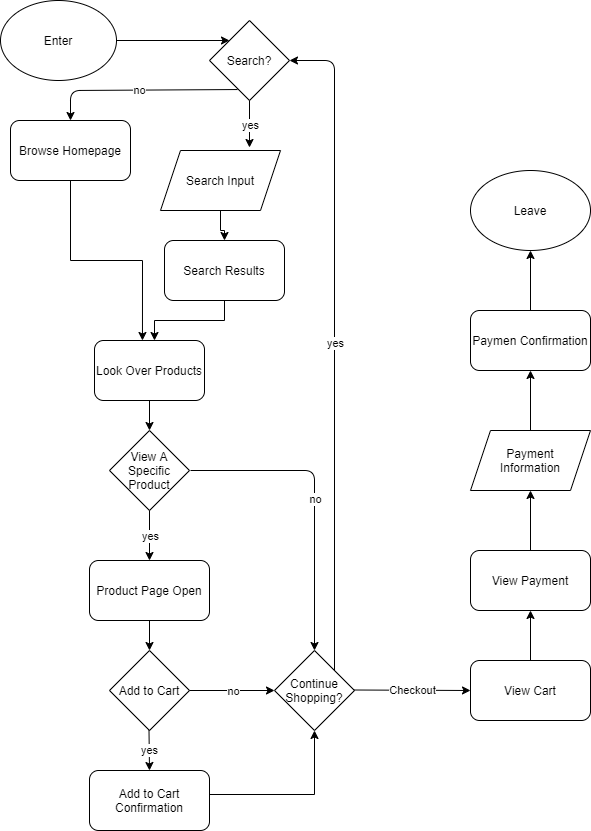
Before: part2/part2.drawio.png, a diagram exported from draw.io (ycc0571/sp21-cse110-lab4). Source tidied: cells renumbered, new cells last; positions are measured from the earlier drawing's top-left corner, leaving out a move shared by most shapes.
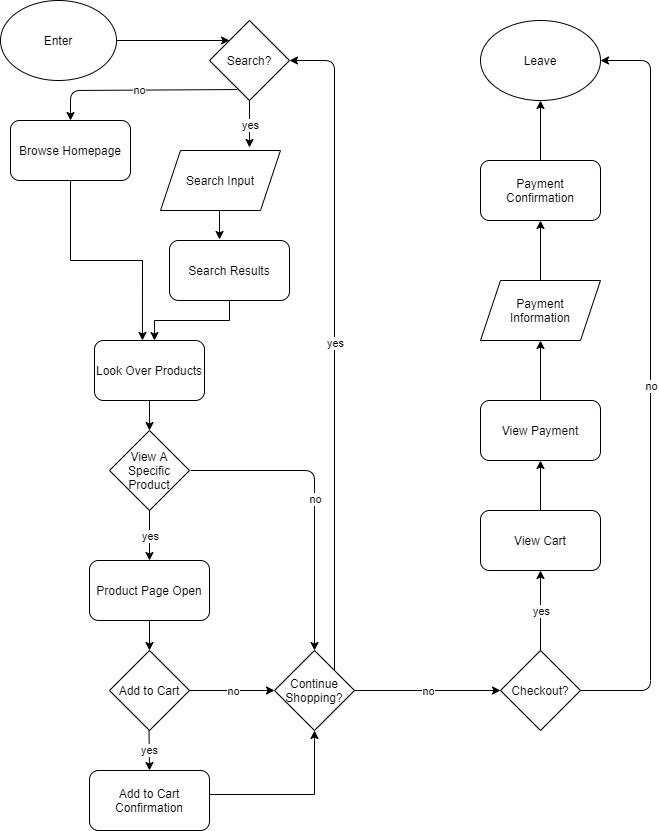
The same file after the commit.

What changed in the source:
```diff
@@ -14,7 +14,7 @@
     <mxCell id="5" value="Browse Homepage" style="rounded=1;whiteSpace=wrap;html=1;" parent="1" vertex="1">
       <mxGeometry x="10" y="120" width="120" height="60" as="geometry" />
     </mxCell>
-    <mxCell id="6" style="edgeStyle=orthogonalEdgeStyle;rounded=0;jettySize=auto;html=1;exitX=0.5;exitY=1;exitDx=0;exitDy=0;" parent="1" edge="1" source="7" target="9">
+    <mxCell id="6" style="edgeStyle=orthogonalEdgeStyle;rounded=0;jettySize=auto;html=1;exitX=0.5;exitY=1;exitDx=0;exitDy=0;entryX=0.417;entryY=-0.017;entryDx=0;entryDy=0;entryPerimeter=0;" parent="1" edge="1" source="7" target="9">
       <mxGeometry relative="1" as="geometry" />
     </mxCell>
     <mxCell id="7" value="Search Input" style="shape=parallelogram;perimeter=parallelogramPerimeter;whiteSpace=wrap;html=1;fixedSize=1;" parent="1" vertex="1">
@@ -26,7 +26,7 @@
       </mxGeometry>
     </mxCell>
     <mxCell id="9" value="Search Results" style="rounded=1;whiteSpace=wrap;html=1;" parent="1" vertex="1">
-      <mxGeometry x="164" y="240" width="120" height="60" as="geometry" />
+      <mxGeometry x="169" y="240" width="120" height="60" as="geometry" />
     </mxCell>
     <mxCell id="10" style="edgeStyle=orthogonalEdgeStyle;rounded=0;jettySize=auto;html=1;exitX=0.5;exitY=1;exitDx=0;exitDy=0;entryX=0.5;entryY=0;entryDx=0;entryDy=0;" parent="1" edge="1" source="11" target="12">
       <mxGeometry relative="1" as="geometry" />
@@ -120,39 +120,57 @@
       <mxGeometry relative="1" as="geometry" />
     </mxCell>
     <mxCell id="34" value="View Cart" style="rounded=1;whiteSpace=wrap;html=1;" parent="1" vertex="1">
-      <mxGeometry x="470" y="660" width="120" height="60" as="geometry" />
+      <mxGeometry x="480" y="510" width="120" height="60" as="geometry" />
     </mxCell>
-    <mxCell id="35" style="endArrow=classic;html=1;entryX=0;entryY=0.5;entryDx=0;entryDy=0;" parent="1" edge="1" target="34">
-      <mxGeometry relative="1" as="geometry">
-        <mxPoint x="354" y="689.5" as="sourcePoint" />
-      </mxGeometry>
-    </mxCell>
-    <mxCell id="36" value="Checkout" style="edgeLabel;html=1;align=center;verticalAlign=middle;" parent="35" vertex="1">
-      <mxGeometry relative="1" as="geometry" />
-    </mxCell>
     <mxCell id="37" style="edgeStyle=orthogonalEdgeStyle;rounded=0;jettySize=auto;html=1;exitX=0.5;exitY=0;exitDx=0;exitDy=0;entryX=0.5;entryY=1;entryDx=0;entryDy=0;" parent="1" edge="1" source="38" target="40">
       <mxGeometry relative="1" as="geometry" />
     </mxCell>
     <mxCell id="38" value="View Payment" style="rounded=1;whiteSpace=wrap;html=1;" parent="1" vertex="1">
-      <mxGeometry x="470" y="550" width="120" height="60" as="geometry" />
+      <mxGeometry x="480" y="400" width="120" height="60" as="geometry" />
     </mxCell>
     <mxCell id="39" style="edgeStyle=orthogonalEdgeStyle;rounded=0;jettySize=auto;html=1;exitX=0.5;exitY=0;exitDx=0;exitDy=0;" parent="1" edge="1" source="40" target="42">
       <mxGeometry relative="1" as="geometry" />
     </mxCell>
     <mxCell id="40" value="Payment&lt;br&gt;Information" style="shape=parallelogram;perimeter=parallelogramPerimeter;whiteSpace=wrap;html=1;fixedSize=1;" parent="1" vertex="1">
-      <mxGeometry x="470" y="430" width="120" height="60" as="geometry" />
+      <mxGeometry x="480" y="280" width="120" height="60" as="geometry" />
     </mxCell>
     <mxCell id="41" style="edgeStyle=orthogonalEdgeStyle;rounded=0;jettySize=auto;html=1;exitX=0.5;exitY=0;exitDx=0;exitDy=0;entryX=0.5;entryY=1;entryDx=0;entryDy=0;" parent="1" edge="1" source="42" target="43">
       <mxGeometry relative="1" as="geometry" />
     </mxCell>
-    <mxCell id="42" value="Paymen Confirmation" style="rounded=1;whiteSpace=wrap;html=1;" parent="1" vertex="1">
-      <mxGeometry x="470" y="310" width="120" height="60" as="geometry" />
+    <mxCell id="42" value="Payment Confirmation" style="rounded=1;whiteSpace=wrap;html=1;" parent="1" vertex="1">
+      <mxGeometry x="480" y="160" width="120" height="60" as="geometry" />
     </mxCell>
     <mxCell id="43" value="Leave" style="ellipse;whiteSpace=wrap;html=1;" parent="1" vertex="1">
-      <mxGeometry x="470" y="170" width="120" height="80" as="geometry" />
+      <mxGeometry x="480" y="20" width="120" height="80" as="geometry" />
     </mxCell>
     <mxCell id="44" value="Add to Cart Confirmation" style="rounded=1;whiteSpace=wrap;html=1;" parent="1" vertex="1">
       <mxGeometry x="89" y="770" width="120" height="60" as="geometry" />
     </mxCell>
+    <mxCell id="45" value="Checkout?" style="rhombus;whiteSpace=wrap;html=1;" parent="1" vertex="1">
+      <mxGeometry x="500" y="650" width="80" height="80" as="geometry" />
+    </mxCell>
+    <mxCell id="46" style="endArrow=classic;html=1;exitX=1;exitY=0.5;exitDx=0;exitDy=0;entryX=0;entryY=0.5;entryDx=0;entryDy=0;" parent="1" edge="1" source="18" target="45">
+      <mxGeometry relative="1" as="geometry" />
+    </mxCell>
+    <mxCell id="47" value="no" style="edgeLabel;html=1;align=center;verticalAlign=middle;" parent="46" vertex="1">
+      <mxGeometry relative="1" as="geometry" />
+    </mxCell>
+    <mxCell id="48" style="endArrow=classic;html=1;entryX=0.5;entryY=1;entryDx=0;entryDy=0;exitX=0.5;exitY=0;exitDx=0;exitDy=0;" parent="1" edge="1" source="45" target="34">
+      <mxGeometry relative="1" as="geometry" />
+    </mxCell>
+    <mxCell id="49" value="yes" style="edgeLabel;html=1;align=center;verticalAlign=middle;" parent="48" vertex="1">
+      <mxGeometry relative="1" as="geometry" />
+    </mxCell>
+    <mxCell id="50" style="endArrow=classic;html=1;entryX=1;entryY=0.5;entryDx=0;entryDy=0;exitX=1;exitY=0.5;exitDx=0;exitDy=0;" parent="1" edge="1" source="45" target="43">
+      <mxGeometry relative="1" as="geometry">
+        <Array as="points">
+          <mxPoint x="650" y="690" />
+          <mxPoint x="650" y="60" />
+        </Array>
+      </mxGeometry>
+    </mxCell>
+    <mxCell id="51" value="no" style="edgeLabel;html=1;align=center;verticalAlign=middle;" parent="50" vertex="1">
+      <mxGeometry relative="1" as="geometry" />
+    </mxCell>
   </root>
 </mxGraphModel>
```
